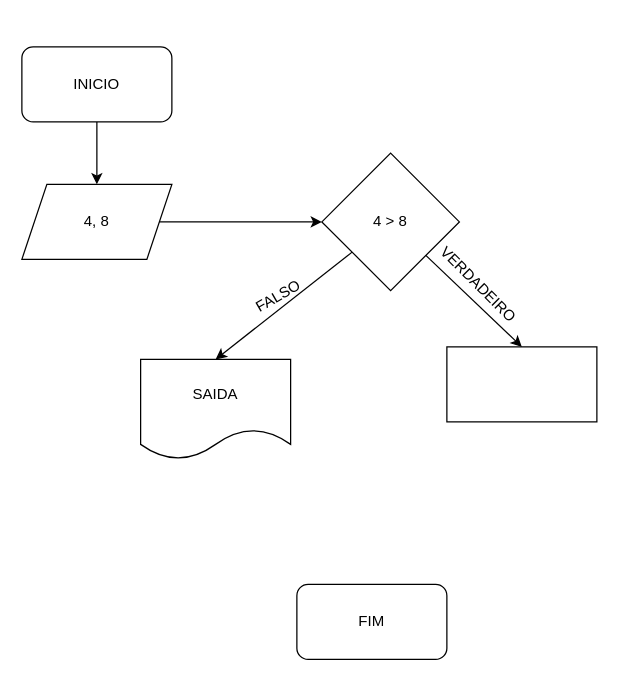
Above: src/aula01/Untitled Diagram.drawio in ArturCRF/mdc118 (draw.io), before the change. Source tidied: cells renumbered, new cells numbered last; positions are measured from the earlier drawing's top-left corner, leaving out a move shared by most shapes. Both pictures are drawn from the tidied source at 125%, with x=0, y=0 at pixel (21, 46).
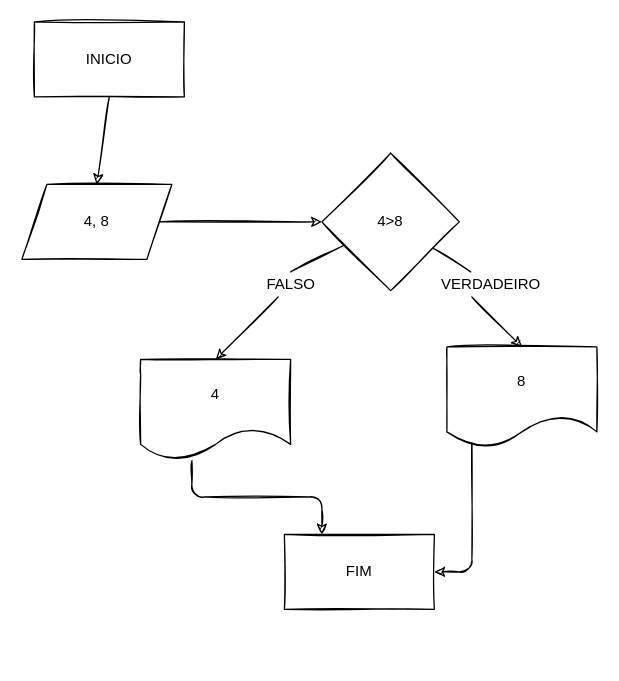
The same diagram, later.

Diff of the diagram source:
```diff
@@
-    <mxCell id="2" value="&lt;div style=&quot;text-align: justify&quot;&gt;INICIO&lt;/div&gt;" style="rounded=1;whiteSpace=wrap;html=1;" parent="1" vertex="1">
-      <mxGeometry width="120" height="60" as="geometry" />
+    <mxCell id="2" value="&lt;div style=&quot;text-align: justify&quot;&gt;INICIO&lt;/div&gt;" style="whiteSpace=wrap;html=1;sketch=1;" parent="1" vertex="1">
+      <mxGeometry x="10" y="-20" width="120" height="60" as="geometry" />
     </mxCell>
-    <mxCell id="3" value="FIM" style="rounded=1;whiteSpace=wrap;html=1;" parent="1" vertex="1">
-      <mxGeometry x="220" y="430" width="120" height="60" as="geometry" />
+    <mxCell id="3" value="FIM" style="whiteSpace=wrap;html=1;sketch=1;" parent="1" vertex="1">
+      <mxGeometry x="210" y="390" width="120" height="60" as="geometry" />
     </mxCell>
-    <mxCell id="4" value="4, 8" style="shape=parallelogram;perimeter=parallelogramPerimeter;whiteSpace=wrap;html=1;fixedSize=1;" parent="1" vertex="1">
+    <mxCell id="4" value="4, 8" style="shape=parallelogram;perimeter=parallelogramPerimeter;whiteSpace=wrap;html=1;fixedSize=1;sketch=1;" parent="1" vertex="1">
       <mxGeometry y="110" width="120" height="60" as="geometry" />
     </mxCell>
-    <mxCell id="5" value="SAIDA" style="shape=document;whiteSpace=wrap;html=1;boundedLbl=1;" parent="1" vertex="1">
+    <mxCell id="5" value="4" style="shape=document;whiteSpace=wrap;html=1;boundedLbl=1;sketch=1;" parent="1" vertex="1">
       <mxGeometry x="95" y="250" width="120" height="80" as="geometry" />
     </mxCell>
-    <mxCell id="6" value="4 &amp;gt; 8" style="rhombus;whiteSpace=wrap;html=1;" parent="1" vertex="1">
+    <mxCell id="6" value="4&amp;gt;8" style="rhombus;whiteSpace=wrap;html=1;sketch=1;" parent="1" vertex="1">
       <mxGeometry x="240" y="85" width="110" height="110" as="geometry" />
     </mxCell>
-    <mxCell id="7" style="rounded=0;whiteSpace=wrap;html=1;" parent="1" vertex="1">
-      <mxGeometry x="340" y="240" width="120" height="60" as="geometry" />
-    </mxCell>
-    <mxCell id="8" style="endArrow=classic;html=1;rounded=0;entryX=0.5;entryY=0;entryDx=0;entryDy=0;exitX=0.5;exitY=1;exitDx=0;exitDy=0;" parent="1" edge="1" source="2" target="4">
+    <mxCell id="8" style="endArrow=classic;html=1;entryX=0.5;entryY=0;entryDx=0;entryDy=0;exitX=0.5;exitY=1;exitDx=0;exitDy=0;sketch=1;" parent="1" edge="1" source="2" target="4">
       <mxGeometry relative="1" as="geometry" />
     </mxCell>
-    <mxCell id="9" style="endArrow=classic;html=1;rounded=0;exitX=1;exitY=0.5;exitDx=0;exitDy=0;entryX=0;entryY=0.5;entryDx=0;entryDy=0;" parent="1" edge="1" source="4" target="6">
+    <mxCell id="9" style="endArrow=classic;html=1;exitX=1;exitY=0.5;exitDx=0;exitDy=0;entryX=0;entryY=0.5;entryDx=0;entryDy=0;sketch=1;" parent="1" edge="1" source="4" target="6">
       <mxGeometry relative="1" as="geometry" />
     </mxCell>
-    <mxCell id="10" style="endArrow=classic;html=1;rounded=0;entryX=0.5;entryY=0;entryDx=0;entryDy=0;" parent="1" edge="1" source="6" target="5">
+    <mxCell id="10" style="endArrow=classic;html=1;entryX=0.5;entryY=0;entryDx=0;entryDy=0;startArrow=none;sketch=1;" parent="1" edge="1" source="11" target="5">
       <mxGeometry relative="1" as="geometry" />
     </mxCell>
-    <mxCell id="11" value="FALSO" style="text;html=1;align=center;verticalAlign=middle;points=[];strokeColor=none;fillColor=none;rotation=-30;" parent="1" vertex="1">
-      <mxGeometry x="180" y="190" width="50" height="20" as="geometry" />
-    </mxCell>
-    <mxCell id="12" style="endArrow=classic;html=1;rounded=0;" parent="1" edge="1" source="6">
+    <mxCell id="12" style="endArrow=classic;html=1;startArrow=none;sketch=1;" parent="1" edge="1" source="13">
       <mxGeometry relative="1" as="geometry">
         <mxPoint x="400" y="240" as="targetPoint" />
+        <Array as="points">
+          <mxPoint x="360" y="200" />
+        </Array>
       </mxGeometry>
     </mxCell>
-    <mxCell id="13" value="VERDADEIRO" style="text;html=1;align=center;verticalAlign=middle;points=[];strokeColor=none;fillColor=none;rotation=45;" parent="1" vertex="1">
-      <mxGeometry x="320" y="180" width="90" height="20" as="geometry" />
+    <mxCell id="13" value="VERDADEIRO" style="text;html=1;align=center;verticalAlign=middle;points=[];strokeColor=none;fillColor=none;rotation=0;sketch=1;" parent="1" vertex="1">
+      <mxGeometry x="330" y="180" width="90" height="20" as="geometry" />
     </mxCell>
+    <mxCell id="14" style="endArrow=none;html=1;sketch=1;" parent="1" edge="1" source="6" target="13">
+      <mxGeometry relative="1" as="geometry" />
+    </mxCell>
+    <mxCell id="11" value="FALSO" style="text;html=1;align=center;verticalAlign=middle;points=[];strokeColor=none;fillColor=none;rotation=0;sketch=1;" parent="1" vertex="1">
+      <mxGeometry x="190" y="180" width="50" height="20" as="geometry" />
+    </mxCell>
+    <mxCell id="15" style="endArrow=none;html=1;entryX=0.5;entryY=0;entryDx=0;entryDy=0;sketch=1;" parent="1" edge="1" source="6" target="11">
+      <mxGeometry relative="1" as="geometry" />
+    </mxCell>
+    <mxCell id="16" style="endArrow=classic;html=1;entryX=0.25;entryY=0;entryDx=0;entryDy=0;edgeStyle=orthogonalEdgeStyle;exitX=0.342;exitY=1.013;exitDx=0;exitDy=0;exitPerimeter=0;sketch=1;" parent="1" edge="1" source="5" target="3">
+      <mxGeometry relative="1" as="geometry" />
+    </mxCell>
+    <mxCell id="17" style="endArrow=classic;html=1;exitX=0.417;exitY=1;exitDx=0;exitDy=0;exitPerimeter=0;entryX=1;entryY=0.5;entryDx=0;entryDy=0;edgeStyle=orthogonalEdgeStyle;sketch=1;" parent="1" edge="1" target="3">
+      <mxGeometry relative="1" as="geometry">
+        <mxPoint x="390" y="300" as="sourcePoint" />
+      </mxGeometry>
+    </mxCell>
+    <mxCell id="18" value="8" style="shape=document;whiteSpace=wrap;html=1;boundedLbl=1;rounded=0;sketch=1;" parent="1" vertex="1">
+      <mxGeometry x="340" y="240" width="120" height="80" as="geometry" />
+    </mxCell>
```
